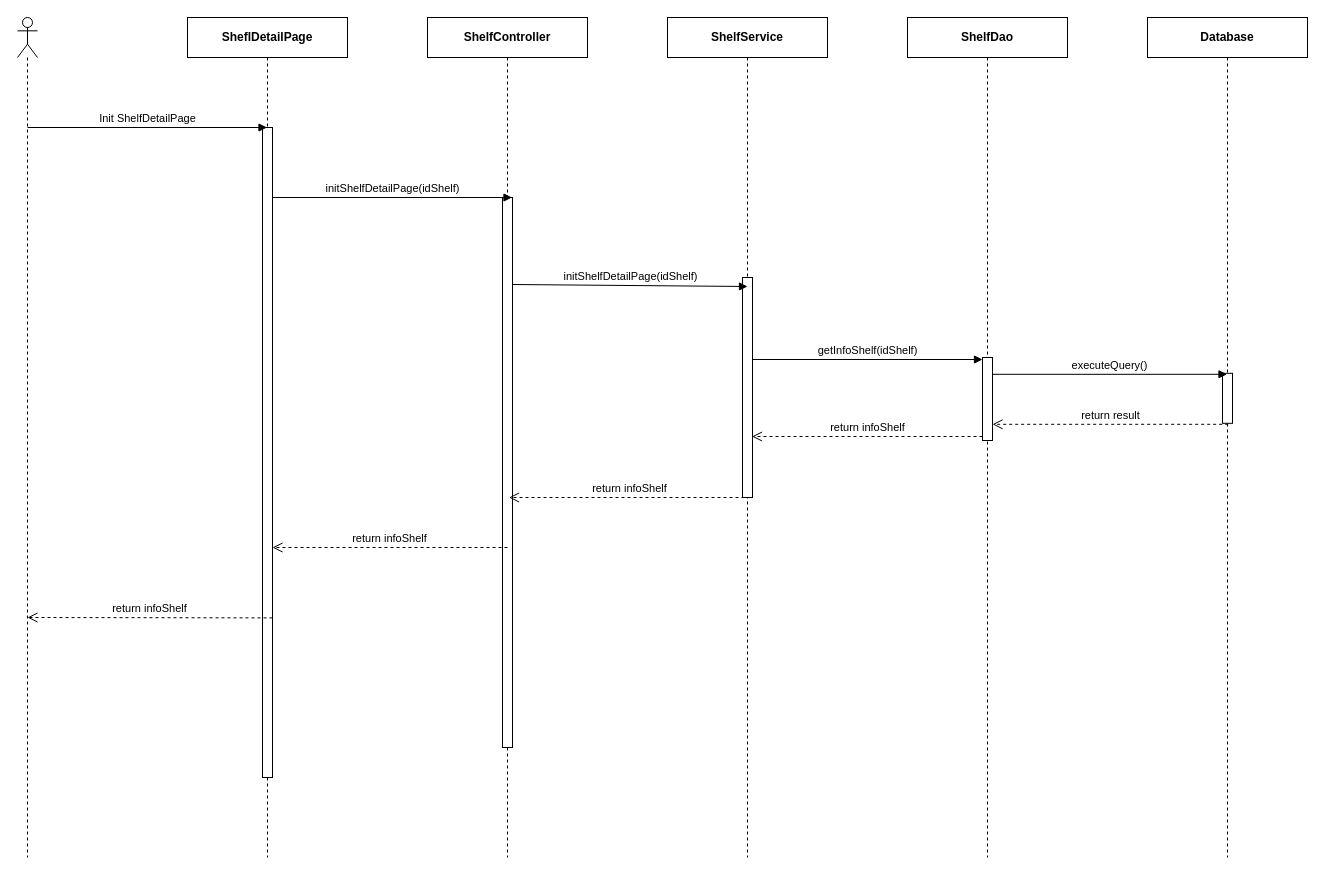
luannmdev/CapstoneDocument keeps this draw.io diagram as page "Ev01" (1 of 4) of 0. Create/Sequece/sc02/SC0201_ShelfDetail.drawio. Above is the earlier version. Source tidied: cells renumbered, new cells numbered last; positions are measured from the earlier drawing's top-left corner, leaving out a move shared by most shapes. Both pictures are drawn from the tidied source at 100%, with x=0, y=0 at pixel (17, 17).
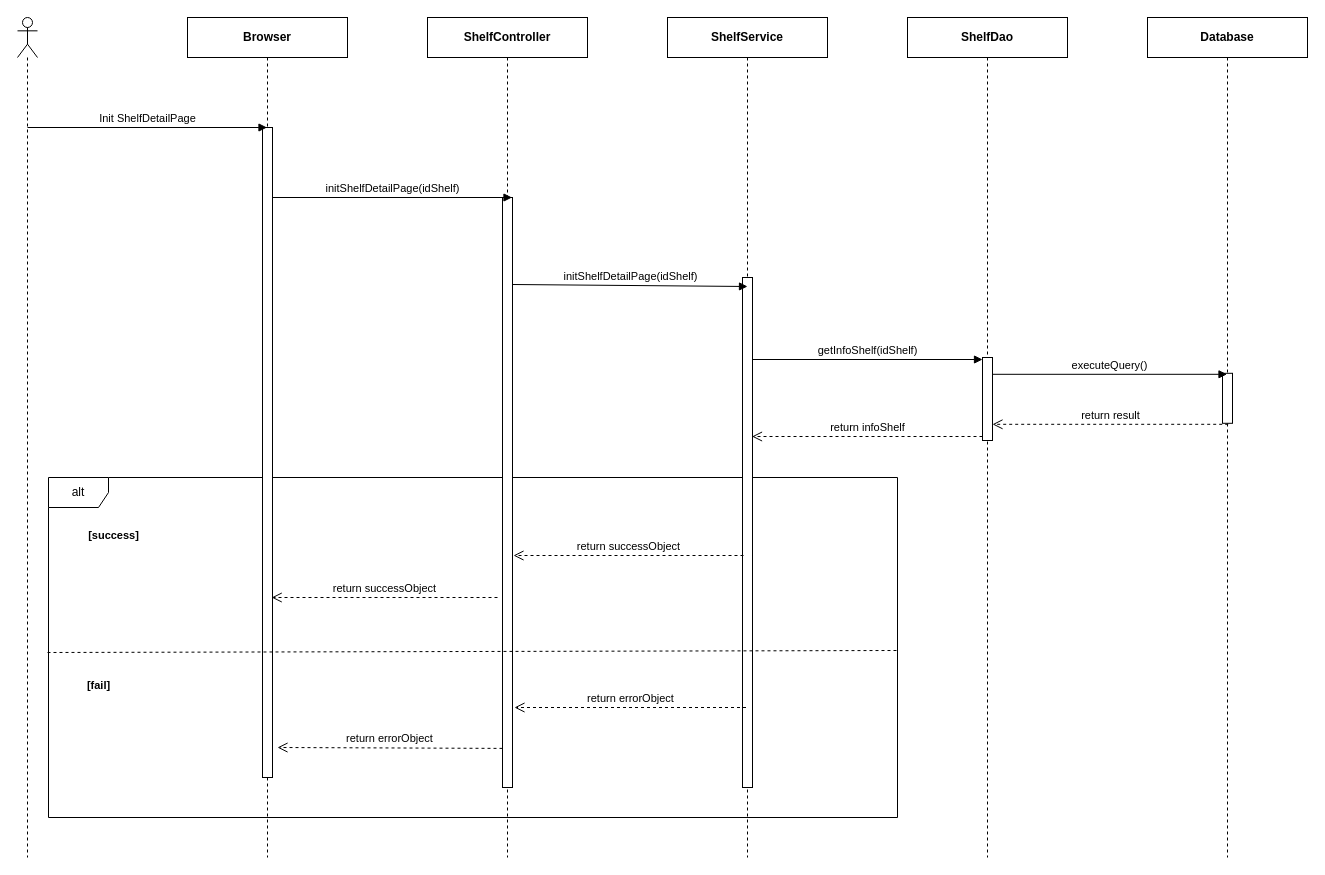
Above is the later version.

The change refers to these unchanged cells:
```xml
<mxCell id="9" value="&lt;b&gt;ShelfService&lt;/b&gt;" style="shape=umlLifeline;perimeter=lifelinePerimeter;whiteSpace=wrap;html=1;" parent="1" vertex="1">
  <mxGeometry x="650" width="160" height="840" as="geometry" />
</mxCell>
<mxCell id="11" value="&lt;b&gt;ShelfController&lt;/b&gt;" style="shape=umlLifeline;perimeter=lifelinePerimeter;whiteSpace=wrap;html=1;" parent="1" vertex="1">
  <mxGeometry x="410" width="160" height="840" as="geometry" />
</mxCell>
```

What changed in the source:
```diff
@@
+    <mxCell id="23" value="alt" style="shape=umlFrame;whiteSpace=wrap;html=1;" parent="1" vertex="1">
+      <mxGeometry x="31" y="460" width="849" height="340" as="geometry" />
+    </mxCell>
@@
-    <mxCell id="3" value="&lt;b&gt;SheflDetailPage&lt;/b&gt;" style="shape=umlLifeline;perimeter=lifelinePerimeter;whiteSpace=wrap;html=1;outlineConnect=0;" parent="1" vertex="1">
+    <mxCell id="3" value="&lt;b&gt;Browser&lt;/b&gt;" style="shape=umlLifeline;perimeter=lifelinePerimeter;whiteSpace=wrap;html=1;outlineConnect=0;" parent="1" vertex="1">
       <mxGeometry x="170" width="160" height="840" as="geometry" />
     </mxCell>
@@
     <mxCell id="10" style="html=1;perimeter=orthogonalPerimeter;" parent="9" vertex="1">
-      <mxGeometry x="75" y="260" width="10" height="220" as="geometry" />
+      <mxGeometry x="75" y="260" width="10" height="510" as="geometry" />
     </mxCell>
@@
     <mxCell id="12" style="html=1;perimeter=orthogonalPerimeter;" parent="11" vertex="1">
-      <mxGeometry x="75" y="180" width="10" height="550" as="geometry" />
+      <mxGeometry x="75" y="180" width="10" height="590" as="geometry" />
     </mxCell>
@@
-    <mxCell id="16" value="return infoShelf" style="html=1;verticalAlign=bottom;endArrow=open;dashed=1;endSize=8;" parent="1" edge="1">
-      <mxGeometry relative="1" as="geometry">
-        <mxPoint x="733" y="480" as="sourcePoint" />
-        <mxPoint x="491.5" y="480" as="targetPoint" />
-      </mxGeometry>
-    </mxCell>
-    <mxCell id="17" value="return infoShelf" style="html=1;verticalAlign=bottom;endArrow=open;dashed=1;endSize=8;" parent="1" edge="1">
-      <mxGeometry relative="1" as="geometry">
-        <mxPoint x="490" y="530" as="sourcePoint" />
-        <mxPoint x="255" y="530" as="targetPoint" />
-      </mxGeometry>
-    </mxCell>
@@
-    <mxCell id="22" value="return infoShelf" style="html=1;verticalAlign=bottom;endArrow=open;dashed=1;endSize=8;" parent="1" edge="1">
-      <mxGeometry relative="1" as="geometry">
-        <mxPoint x="255" y="600.4" as="sourcePoint" />
-        <mxPoint x="10" y="600" as="targetPoint" />
-      </mxGeometry>
-    </mxCell>
+    <mxCell id="24" value="return successObject" style="html=1;verticalAlign=bottom;endArrow=open;dashed=1;endSize=8;" parent="1" edge="1">
+      <mxGeometry relative="1" as="geometry">
+        <mxPoint x="726" y="538" as="sourcePoint" />
+        <mxPoint x="496" y="538" as="targetPoint" />
+      </mxGeometry>
+    </mxCell>
+    <mxCell id="25" value="return successObject" style="html=1;verticalAlign=bottom;endArrow=open;dashed=1;endSize=8;" parent="1" edge="1">
+      <mxGeometry relative="1" as="geometry">
+        <mxPoint x="480" y="580" as="sourcePoint" />
+        <mxPoint x="254.2" y="580" as="targetPoint" />
+      </mxGeometry>
+    </mxCell>
+    <mxCell id="26" style="endArrow=none;dashed=1;html=1;exitX=-0.001;exitY=0.303;exitDx=0;exitDy=0;exitPerimeter=0;" parent="1" edge="1">
+      <mxGeometry relative="1" as="geometry">
+        <mxPoint x="30" y="635" as="sourcePoint" />
+        <mxPoint x="880" y="633" as="targetPoint" />
+      </mxGeometry>
+    </mxCell>
+    <mxCell id="27" value="&lt;span style=&quot;font-size: 11px ; background-color: rgb(255 , 255 , 255)&quot;&gt;&lt;b&gt;[success]&lt;/b&gt;&lt;/span&gt;" style="text;html=1;align=center;verticalAlign=middle;" parent="1" vertex="1">
+      <mxGeometry x="61" y="508" width="70" height="20" as="geometry" />
+    </mxCell>
+    <mxCell id="28" value="&lt;span style=&quot;font-size: 11px ; background-color: rgb(255 , 255 , 255)&quot;&gt;&lt;b&gt;[fail]&lt;/b&gt;&lt;/span&gt;" style="text;html=1;align=center;verticalAlign=middle;" parent="1" vertex="1">
+      <mxGeometry x="61" y="658" width="40" height="20" as="geometry" />
+    </mxCell>
+    <mxCell id="29" value="return errorObject" style="html=1;verticalAlign=bottom;endArrow=open;dashed=1;endSize=8;" parent="1" edge="1">
+      <mxGeometry relative="1" as="geometry">
+        <mxPoint x="728.5" y="690" as="sourcePoint" />
+        <mxPoint x="497" y="690" as="targetPoint" />
+      </mxGeometry>
+    </mxCell>
+    <mxCell id="30" value="return errorObject" style="html=1;verticalAlign=bottom;endArrow=open;dashed=1;endSize=8;exitX=0;exitY=0.93;exitDx=0;exitDy=0;exitPerimeter=0;" parent="1" edge="1">
+      <mxGeometry relative="1" as="geometry">
+        <mxPoint x="485" y="730.9" as="sourcePoint" />
+        <mxPoint x="260" y="730" as="targetPoint" />
+      </mxGeometry>
+    </mxCell>
```
